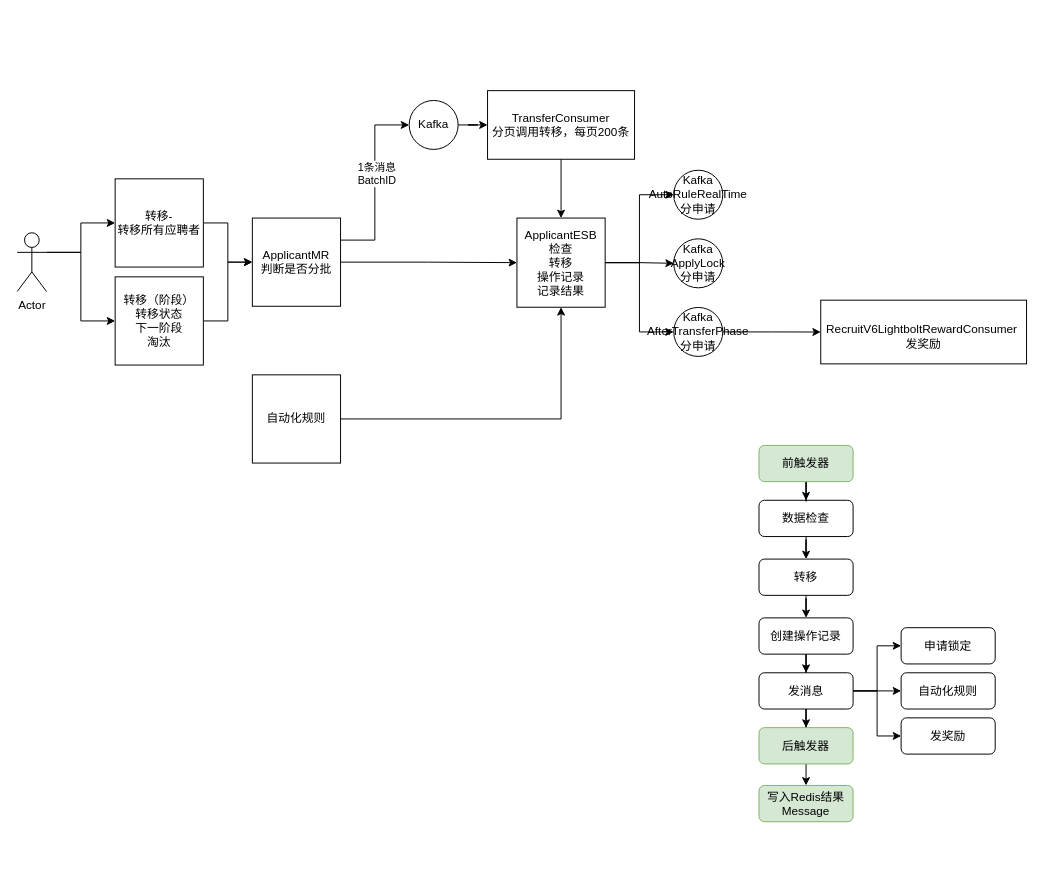
Earlier version of the draw.io diagram 转移阶段流程.drawio (Lucas20029/MyDiagrams). Source tidied: cells renumbered, new cells numbered last; positions are measured from the earlier drawing's top-left corner, leaving out a move shared by most shapes. Both pictures are drawn from the tidied source at 98%, with x=0, y=0 at pixel (17, 90).
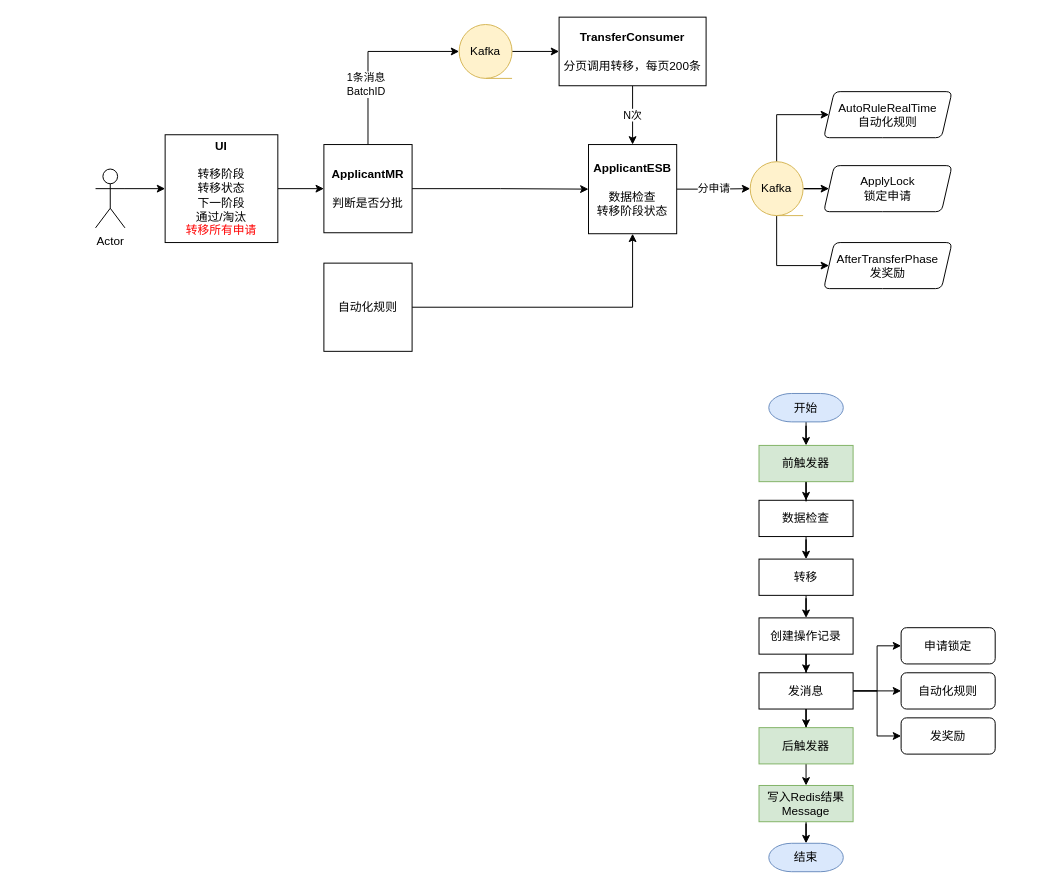
The same page after the edit.

Commit message:
Update 转移阶段流程.drawio

Change to the diagram source:
```diff
@@
-    <mxCell id="2" style="edgeStyle=orthogonalEdgeStyle;rounded=0;jettySize=auto;html=1;exitX=1;exitY=0.3333333333333333;exitDx=0;exitDy=0;exitPerimeter=0;entryX=0;entryY=0.5;entryDx=0;entryDy=0;" parent="1" edge="1" source="4" target="8">
-      <mxGeometry relative="1" as="geometry" />
-    </mxCell>
@@
     <mxCell id="4" value="Actor" style="shape=umlActor;verticalLabelPosition=bottom;verticalAlign=top;html=1;outlineConnect=0;" parent="1" vertex="1">
-      <mxGeometry y="145" width="30" height="60" as="geometry" />
+      <mxGeometry x="80" y="80" width="30" height="60" as="geometry" />
     </mxCell>
@@
-    <mxCell id="6" value="转移（阶段）&lt;br&gt;转移状态&lt;br&gt;下一阶段&lt;br&gt;淘汰&lt;br&gt;" style="rounded=0;whiteSpace=wrap;html=1;" parent="1" vertex="1">
-      <mxGeometry x="100" y="190" width="90" height="90" as="geometry" />
+    <mxCell id="6" value="&lt;b&gt;UI&lt;br&gt;&lt;/b&gt;&lt;br&gt;转移阶段&lt;br&gt;转移状态&lt;br&gt;下一阶段&lt;br&gt;通过/淘汰&lt;br&gt;&lt;font color=&quot;#ff0000&quot;&gt;转移所有申请&lt;/font&gt;" style="rounded=0;whiteSpace=wrap;html=1;" parent="1" vertex="1">
+      <mxGeometry x="151" y="45" width="115" height="110" as="geometry" />
     </mxCell>
-    <mxCell id="7" style="edgeStyle=orthogonalEdgeStyle;rounded=0;jettySize=auto;html=1;exitX=1;exitY=0.5;exitDx=0;exitDy=0;" parent="1" edge="1" source="8" target="12">
-      <mxGeometry relative="1" as="geometry" />
-    </mxCell>
-    <mxCell id="8" value="转移-&lt;br&gt;转移所有应聘者" style="rounded=0;whiteSpace=wrap;html=1;" parent="1" vertex="1">
-      <mxGeometry x="100" y="90" width="90" height="90" as="geometry" />
-    </mxCell>
-    <mxCell id="9" style="edgeStyle=orthogonalEdgeStyle;rounded=0;jettySize=auto;html=1;exitX=1;exitY=0.25;exitDx=0;exitDy=0;entryX=0;entryY=0.5;entryDx=0;entryDy=0;" parent="1" edge="1" source="12" target="16">
+    <mxCell id="9" style="edgeStyle=orthogonalEdgeStyle;rounded=0;jettySize=auto;html=1;exitX=0.5;exitY=0;exitDx=0;exitDy=0;entryX=0;entryY=0.5;entryDx=0;entryDy=0;entryPerimeter=0;" parent="1" edge="1" source="12" target="58">
       <mxGeometry relative="1" as="geometry" />
     </mxCell>
     <mxCell id="10" value="1条消息&lt;br&gt;BatchID" style="edgeLabel;html=1;align=center;verticalAlign=middle;" parent="9" vertex="1">
       <mxGeometry x="0.11" y="-1" relative="1" as="geometry">
-        <mxPoint y="1" as="offset" />
+        <mxPoint x="-12" y="32" as="offset" />
       </mxGeometry>
     </mxCell>
@@
-    <mxCell id="12" value="ApplicantMR&lt;br&gt;判断是否分批" style="rounded=0;whiteSpace=wrap;html=1;" parent="1" vertex="1">
-      <mxGeometry x="240" y="130" width="90" height="90" as="geometry" />
+    <mxCell id="12" value="&lt;b&gt;ApplicantMR&lt;br&gt;&lt;/b&gt;&lt;br&gt;判断是否分批" style="rounded=0;whiteSpace=wrap;html=1;" parent="1" vertex="1">
+      <mxGeometry x="313" y="55" width="90" height="90" as="geometry" />
     </mxCell>
-    <mxCell id="13" style="edgeStyle=orthogonalEdgeStyle;rounded=0;jettySize=auto;html=1;exitX=0.5;exitY=1;exitDx=0;exitDy=0;" parent="1" edge="1" source="14" target="20">
+    <mxCell id="13" value="N次" style="edgeStyle=orthogonalEdgeStyle;rounded=0;jettySize=auto;html=1;exitX=0.5;exitY=1;exitDx=0;exitDy=0;" parent="1" edge="1" source="14" target="20">
       <mxGeometry relative="1" as="geometry" />
     </mxCell>
-    <mxCell id="14" value="TransferConsumer&lt;br&gt;分页调用转移，每页200条" style="rounded=0;whiteSpace=wrap;html=1;" parent="1" vertex="1">
-      <mxGeometry x="480" width="150" height="70" as="geometry" />
+    <mxCell id="14" value="&lt;b&gt;TransferConsumer&lt;br&gt;&lt;/b&gt;&lt;br&gt;分页调用转移，每页200条" style="rounded=0;whiteSpace=wrap;html=1;" parent="1" vertex="1">
+      <mxGeometry x="553" y="-75" width="150" height="70" as="geometry" />
     </mxCell>
-    <mxCell id="15" style="edgeStyle=orthogonalEdgeStyle;rounded=0;jettySize=auto;html=1;exitX=1;exitY=0.5;exitDx=0;exitDy=0;" parent="1" edge="1" source="16" target="14">
+    <mxCell id="15" style="edgeStyle=orthogonalEdgeStyle;rounded=0;jettySize=auto;html=1;" parent="1" edge="1" source="58" target="14">
       <mxGeometry relative="1" as="geometry" />
     </mxCell>
-    <mxCell id="16" value="Kafka" style="ellipse;whiteSpace=wrap;html=1;" parent="1" vertex="1">
-      <mxGeometry x="400" y="10" width="50" height="50" as="geometry" />
-    </mxCell>
-    <mxCell id="17" style="edgeStyle=orthogonalEdgeStyle;rounded=0;jettySize=auto;html=1;exitX=1;exitY=0.5;exitDx=0;exitDy=0;entryX=0;entryY=0.5;entryDx=0;entryDy=0;" parent="1" edge="1" source="20" target="26">
-      <mxGeometry relative="1" as="geometry" />
-    </mxCell>
-    <mxCell id="18" style="edgeStyle=orthogonalEdgeStyle;rounded=0;jettySize=auto;html=1;exitX=1;exitY=0.5;exitDx=0;exitDy=0;entryX=0;entryY=0.5;entryDx=0;entryDy=0;" parent="1" edge="1" source="20" target="27">
-      <mxGeometry relative="1" as="geometry" />
-    </mxCell>
-    <mxCell id="19" style="edgeStyle=orthogonalEdgeStyle;rounded=0;jettySize=auto;html=1;exitX=1;exitY=0.5;exitDx=0;exitDy=0;entryX=0;entryY=0.5;entryDx=0;entryDy=0;" parent="1" edge="1" source="20" target="25">
-      <mxGeometry relative="1" as="geometry" />
-    </mxCell>
+    <mxCell id="47" value="分申请" style="edgeStyle=orthogonalEdgeStyle;rounded=0;jettySize=auto;html=1;" parent="1" edge="1" source="20" target="54">
+      <mxGeometry relative="1" as="geometry" />
+    </mxCell>
-    <mxCell id="20" value="ApplicantESB&lt;br&gt;检查&lt;br&gt;转移&lt;br&gt;操作记录&lt;br&gt;记录结果" style="rounded=0;whiteSpace=wrap;html=1;" parent="1" vertex="1">
-      <mxGeometry x="510" y="130" width="90" height="91" as="geometry" />
+    <mxCell id="20" value="&lt;b&gt;ApplicantESB&lt;/b&gt;&lt;br&gt;&lt;br&gt;数据检查&lt;br&gt;转移阶段状态" style="rounded=0;whiteSpace=wrap;html=1;" parent="1" vertex="1">
+      <mxGeometry x="583" y="55" width="90" height="91" as="geometry" />
     </mxCell>
@@
     <mxCell id="22" value="自动化规则" style="rounded=0;whiteSpace=wrap;html=1;" parent="1" vertex="1">
-      <mxGeometry x="240" y="290" width="90" height="90" as="geometry" />
+      <mxGeometry x="313" y="176" width="90" height="90" as="geometry" />
     </mxCell>
-    <mxCell id="23" value="&lt;h1 class=&quot;project-title&quot; style=&quot;box-sizing: border-box ; font-size: 24px ; margin: 10px 0px ; font-family: , &amp;#34;blinkmacsystemfont&amp;#34; , &amp;#34;segoe ui&amp;#34; , &amp;#34;roboto&amp;#34; , , &amp;#34;ubuntu&amp;#34; , &amp;#34;cantarell&amp;#34; , &amp;#34;helvetica neue&amp;#34; , sans-serif ; font-weight: 400 ; line-height: 1 ; color: rgb(51 , 51 , 51)&quot;&gt;&lt;/h1&gt;RecruitV6LightboltRewardConsumer&amp;nbsp;&lt;br&gt;发奖励" style="rounded=0;whiteSpace=wrap;html=1;" parent="1" vertex="1">
-      <mxGeometry x="820" y="213.8" width="210" height="65" as="geometry" />
-    </mxCell>
-    <mxCell id="24" style="edgeStyle=orthogonalEdgeStyle;rounded=0;jettySize=auto;html=1;exitX=1;exitY=0.5;exitDx=0;exitDy=0;entryX=0;entryY=0.5;entryDx=0;entryDy=0;" parent="1" edge="1" source="25" target="23">
-      <mxGeometry relative="1" as="geometry" />
-    </mxCell>
-    <mxCell id="25" value="Kafka&lt;br&gt;AfterTransferPhase&lt;br&gt;分申请" style="ellipse;whiteSpace=wrap;html=1;" parent="1" vertex="1">
-      <mxGeometry x="670" y="221.2" width="50" height="50" as="geometry" />
-    </mxCell>
-    <mxCell id="26" value="Kafka&lt;br&gt;AutoRuleRealTime&lt;br&gt;分申请" style="ellipse;whiteSpace=wrap;html=1;" parent="1" vertex="1">
-      <mxGeometry x="670" y="81.2" width="50" height="50" as="geometry" />
-    </mxCell>
-    <mxCell id="27" value="Kafka&lt;br&gt;&lt;span style=&quot;text-align: left&quot;&gt;ApplyLock&lt;/span&gt;&lt;br&gt;分申请" style="ellipse;whiteSpace=wrap;html=1;" parent="1" vertex="1">
-      <mxGeometry x="670" y="151.2" width="50" height="50" as="geometry" />
-    </mxCell>
@@
-    <mxCell id="29" value="数据检查" style="rounded=1;whiteSpace=wrap;html=1;" parent="1" vertex="1">
+    <mxCell id="29" value="数据检查" style="rounded=0;whiteSpace=wrap;html=1;" parent="1" vertex="1">
       <mxGeometry x="757" y="418" width="96" height="37" as="geometry" />
     </mxCell>
@@
-    <mxCell id="31" value="转移" style="rounded=1;whiteSpace=wrap;html=1;" parent="1" vertex="1">
+    <mxCell id="31" value="转移" style="rounded=0;whiteSpace=wrap;html=1;" parent="1" vertex="1">
       <mxGeometry x="757" y="478" width="96" height="37" as="geometry" />
     </mxCell>
@@
-    <mxCell id="33" value="创建操作记录" style="rounded=1;whiteSpace=wrap;html=1;" parent="1" vertex="1">
+    <mxCell id="33" value="创建操作记录" style="rounded=0;whiteSpace=wrap;html=1;" parent="1" vertex="1">
       <mxGeometry x="757" y="538" width="96" height="37" as="geometry" />
     </mxCell>
@@
-    <mxCell id="38" value="发消息" style="rounded=1;whiteSpace=wrap;html=1;" parent="1" vertex="1">
+    <mxCell id="38" value="发消息" style="rounded=0;whiteSpace=wrap;html=1;" parent="1" vertex="1">
       <mxGeometry x="757" y="594" width="96" height="37" as="geometry" />
     </mxCell>
@@
-    <mxCell id="43" value="前触发器" style="rounded=1;whiteSpace=wrap;html=1;fillColor=#d5e8d4;strokeColor=#82b366;" parent="1" vertex="1">
+    <mxCell id="43" value="前触发器" style="rounded=0;whiteSpace=wrap;html=1;fillColor=#d5e8d4;strokeColor=#82b366;" parent="1" vertex="1">
       <mxGeometry x="757" y="362" width="96" height="37" as="geometry" />
     </mxCell>
@@
-    <mxCell id="45" value="后触发器" style="rounded=1;whiteSpace=wrap;html=1;fillColor=#d5e8d4;strokeColor=#82b366;" parent="1" vertex="1">
+    <mxCell id="45" value="后触发器" style="rounded=0;whiteSpace=wrap;html=1;fillColor=#d5e8d4;strokeColor=#82b366;" parent="1" vertex="1">
       <mxGeometry x="757" y="650" width="96" height="37" as="geometry" />
     </mxCell>
+    <mxCell id="48" style="edgeStyle=orthogonalEdgeStyle;rounded=0;jettySize=auto;html=1;" parent="1" edge="1" source="46" target="59">
+      <mxGeometry relative="1" as="geometry" />
+    </mxCell>
-    <mxCell id="46" value="写入Redis结果&lt;br&gt;Message" style="rounded=1;whiteSpace=wrap;html=1;fillColor=#d5e8d4;strokeColor=#82b366;" parent="1" vertex="1">
+    <mxCell id="46" value="写入Redis结果&lt;br&gt;Message" style="rounded=0;whiteSpace=wrap;html=1;fillColor=#d5e8d4;strokeColor=#82b366;" parent="1" vertex="1">
       <mxGeometry x="757" y="709" width="96" height="37" as="geometry" />
     </mxCell>
+    <mxCell id="49" style="edgeStyle=orthogonalEdgeStyle;rounded=0;jettySize=auto;html=1;" parent="1" edge="1" source="50" target="43">
+      <mxGeometry relative="1" as="geometry" />
+    </mxCell>
+    <mxCell id="50" value="开始" style="strokeWidth=1;html=1;shape=mxgraph.flowchart.terminator;whiteSpace=wrap;rounded=0;fillColor=#dae8fc;strokeColor=#6c8ebf;" parent="1" vertex="1">
+      <mxGeometry x="767" y="309" width="76" height="29" as="geometry" />
+    </mxCell>
+    <mxCell id="51" style="edgeStyle=orthogonalEdgeStyle;rounded=0;jettySize=auto;html=1;exitX=0.5;exitY=0;exitDx=0;exitDy=0;exitPerimeter=0;entryX=0;entryY=0.5;entryDx=0;entryDy=0;" parent="1" edge="1" source="54" target="55">
+      <mxGeometry relative="1" as="geometry">
+        <Array as="points">
+          <mxPoint x="775" y="25" />
+        </Array>
+      </mxGeometry>
+    </mxCell>
+    <mxCell id="52" style="edgeStyle=orthogonalEdgeStyle;rounded=0;jettySize=auto;html=1;" parent="1" edge="1" source="54" target="56">
+      <mxGeometry relative="1" as="geometry" />
+    </mxCell>
+    <mxCell id="53" style="edgeStyle=orthogonalEdgeStyle;rounded=0;jettySize=auto;html=1;exitX=0.5;exitY=1;exitDx=0;exitDy=0;exitPerimeter=0;entryX=0;entryY=0.5;entryDx=0;entryDy=0;" parent="1" edge="1" source="54" target="57">
+      <mxGeometry relative="1" as="geometry">
+        <Array as="points">
+          <mxPoint x="775" y="179" />
+        </Array>
+      </mxGeometry>
+    </mxCell>
+    <mxCell id="54" value="Kafka" style="strokeWidth=1;html=1;shape=mxgraph.flowchart.sequential_data;whiteSpace=wrap;rounded=0;fillColor=#fff2cc;strokeColor=#d6b656;" parent="1" vertex="1">
+      <mxGeometry x="748" y="72.5" width="54" height="55" as="geometry" />
+    </mxCell>
+    <mxCell id="55" value="&lt;span&gt;AutoRuleRealTime&lt;br&gt;自动化规则&lt;br&gt;&lt;/span&gt;" style="shape=parallelogram;html=1;strokeWidth=1;perimeter=parallelogramPerimeter;whiteSpace=wrap;rounded=1;arcSize=12;size=0.0825;" parent="1" vertex="1">
+      <mxGeometry x="823" y="1" width="131" height="47" as="geometry" />
+    </mxCell>
+    <mxCell id="56" value="&lt;span style=&quot;text-align: left&quot;&gt;ApplyLock&lt;br&gt;锁定申请&lt;br&gt;&lt;/span&gt;" style="shape=parallelogram;html=1;strokeWidth=1;perimeter=parallelogramPerimeter;whiteSpace=wrap;rounded=1;arcSize=12;size=0.0825;" parent="1" vertex="1">
+      <mxGeometry x="823" y="76.5" width="131" height="47" as="geometry" />
+    </mxCell>
+    <mxCell id="57" value="AfterTransferPhase&lt;br&gt;发奖励" style="shape=parallelogram;html=1;strokeWidth=1;perimeter=parallelogramPerimeter;whiteSpace=wrap;rounded=1;arcSize=12;size=0.0825;" parent="1" vertex="1">
+      <mxGeometry x="823" y="155" width="131" height="47" as="geometry" />
+    </mxCell>
+    <mxCell id="58" value="Kafka" style="strokeWidth=1;html=1;shape=mxgraph.flowchart.sequential_data;whiteSpace=wrap;rounded=0;fillColor=#fff2cc;strokeColor=#d6b656;" parent="1" vertex="1">
+      <mxGeometry x="451" y="-67.5" width="54" height="55" as="geometry" />
+    </mxCell>
+    <mxCell id="59" value="结束" style="strokeWidth=1;html=1;shape=mxgraph.flowchart.terminator;whiteSpace=wrap;rounded=0;fillColor=#dae8fc;strokeColor=#6c8ebf;" parent="1" vertex="1">
+      <mxGeometry x="767" y="768" width="76" height="29" as="geometry" />
+    </mxCell>
```
